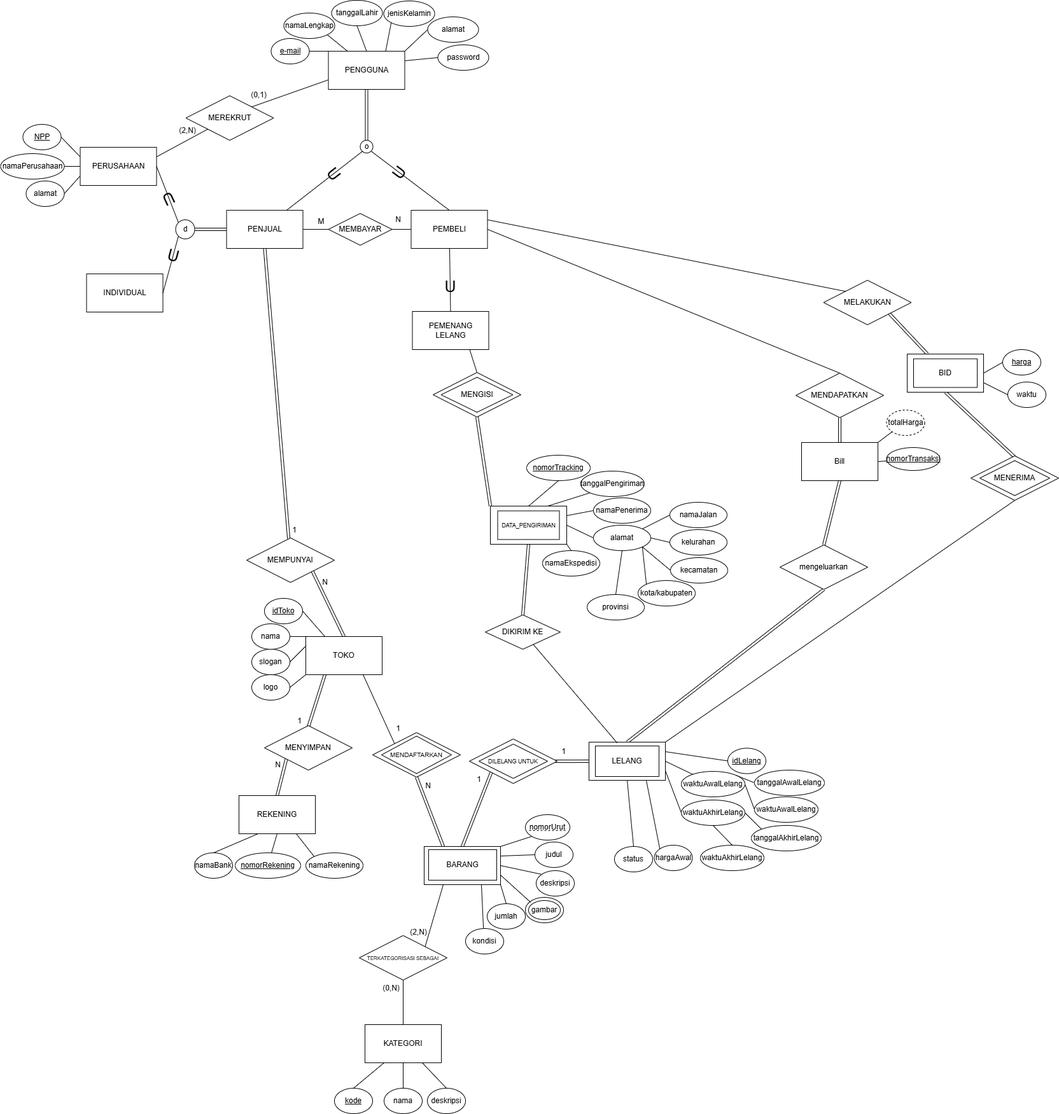
Earlier version of the draw.io export Salinan ti1_basdat.drawio-3.png (anthef/anthef). Source tidied: cells renumbered, new cells last; positions are measured from the earlier drawing's top-left corner, leaving out a move shared by most shapes.
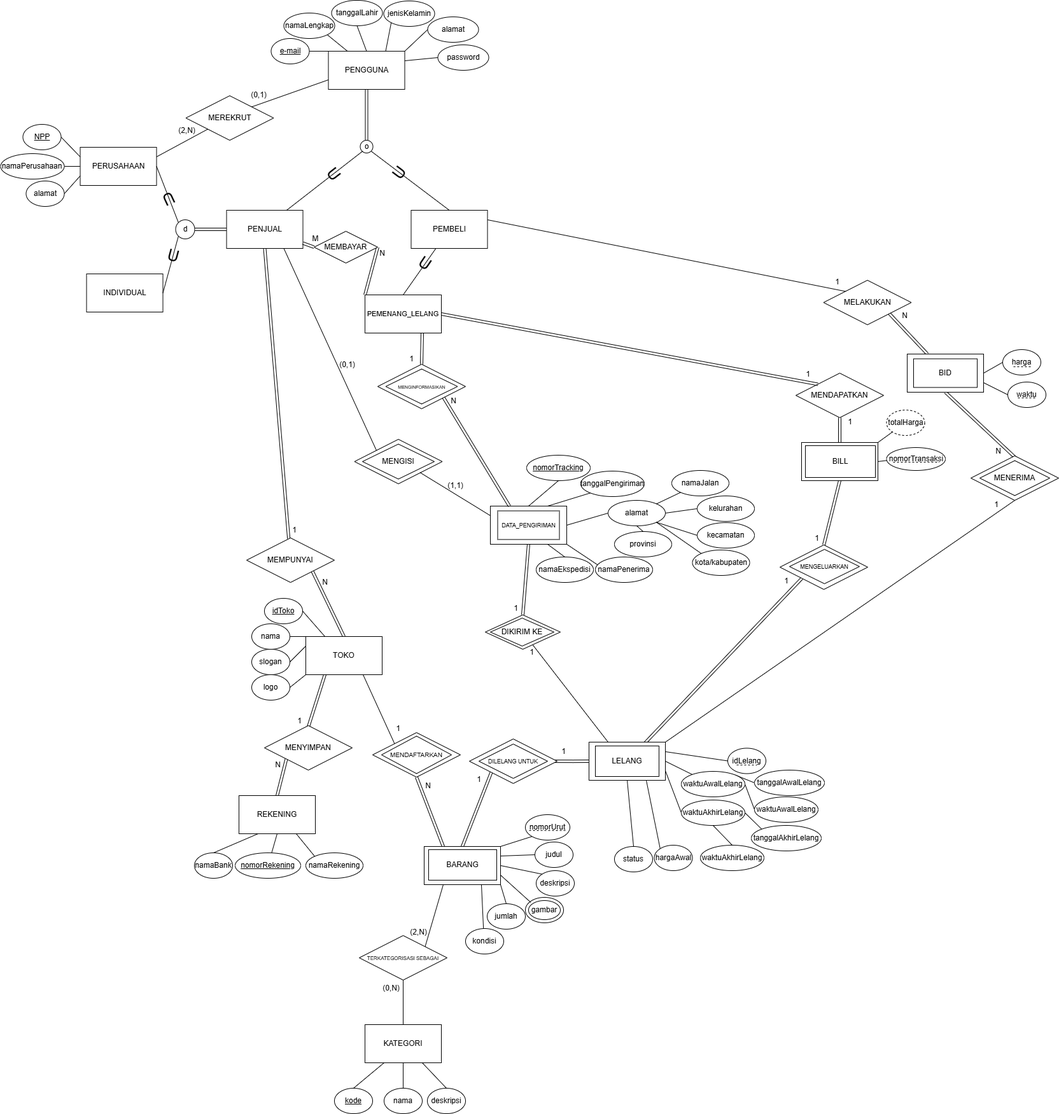
After the change.

Diff of the diagram source:
```diff
@@ -58,2 +58,5 @@
     </mxCell>
+    <mxCell id="194" style="rounded=0;jettySize=auto;html=1;exitX=0.75;exitY=1;exitDx=0;exitDy=0;entryX=0;entryY=0;entryDx=0;entryDy=0;endArrow=none;startFill=0;" parent="1" edge="1" source="20" target="197">
+      <mxGeometry relative="1" as="geometry" />
+    </mxCell>
     <mxCell id="20" value="PENJUAL" style="rounded=0;whiteSpace=wrap;html=1;" parent="1" vertex="1">
@@ -64,3 +67,3 @@
     </mxCell>
-    <mxCell id="22" style="rounded=0;jettySize=auto;html=1;exitX=0;exitY=0.5;exitDx=0;exitDy=0;entryX=1;entryY=0.5;entryDx=0;entryDy=0;endArrow=none;startFill=0;" parent="1" edge="1" source="24" target="164">
+    <mxCell id="22" style="rounded=0;jettySize=auto;html=1;entryX=1;entryY=0.5;entryDx=0;entryDy=0;endArrow=none;startFill=0;exitX=0;exitY=0;exitDx=0;exitDy=0;shape=link;" parent="1" edge="1" source="182" target="164">
       <mxGeometry relative="1" as="geometry" />
@@ -318,3 +321,3 @@
     </mxCell>
-    <mxCell id="105" value="&lt;u&gt;idLelang&lt;/u&gt;" style="ellipse;whiteSpace=wrap;html=1;" parent="1" vertex="1">
+    <mxCell id="105" value="idLelang" style="ellipse;whiteSpace=wrap;html=1;" parent="1" vertex="1">
       <mxGeometry x="1142" y="1175.5" width="60" height="40" as="geometry" />
@@ -333,3 +336,3 @@
     </mxCell>
-    <mxCell id="110" style="rounded=0;jettySize=auto;html=1;exitX=0.5;exitY=0;exitDx=0;exitDy=0;entryX=0.5;entryY=1;entryDx=0;entryDy=0;endArrow=none;startFill=0;shape=link;" parent="1" edge="1" source="111" target="158">
+    <mxCell id="110" style="rounded=0;jettySize=auto;html=1;exitX=0.731;exitY=0.027;exitDx=0;exitDy=0;entryX=0;entryY=1;entryDx=0;entryDy=0;endArrow=none;startFill=0;shape=link;exitPerimeter=0;" parent="1" edge="1" source="111" target="158">
       <mxGeometry relative="1" as="geometry" />
@@ -399,3 +402,3 @@
     </mxCell>
-    <mxCell id="132" value="&lt;u&gt;harga&lt;/u&gt;" style="ellipse;whiteSpace=wrap;html=1;" parent="1" vertex="1">
+    <mxCell id="132" value="harga" style="ellipse;whiteSpace=wrap;html=1;" parent="1" vertex="1">
       <mxGeometry x="1574" y="549" width="60" height="40" as="geometry" />
@@ -405,3 +408,3 @@
     </mxCell>
-    <mxCell id="134" style="rounded=0;jettySize=auto;html=1;exitX=1;exitY=0.25;exitDx=0;exitDy=0;entryX=0;entryY=0.5;entryDx=0;entryDy=0;endArrow=none;startFill=0;" parent="1" edge="1" source="140" target="141">
+    <mxCell id="134" style="rounded=0;jettySize=auto;html=1;entryX=0.5;entryY=1;entryDx=0;entryDy=0;endArrow=none;startFill=0;exitX=1;exitY=1;exitDx=0;exitDy=0;" parent="1" edge="1" source="140" target="141">
       <mxGeometry relative="1" as="geometry" />
@@ -414,3 +417,3 @@
     </mxCell>
-    <mxCell id="137" style="rounded=0;jettySize=auto;html=1;exitX=1;exitY=1;exitDx=0;exitDy=0;entryX=0.5;entryY=0;entryDx=0;entryDy=0;endArrow=none;startFill=0;" parent="1" edge="1" source="140" target="154">
+    <mxCell id="137" style="rounded=0;jettySize=auto;html=1;exitX=0.75;exitY=1;exitDx=0;exitDy=0;entryX=0.5;entryY=0;entryDx=0;entryDy=0;endArrow=none;startFill=0;" parent="1" edge="1" source="140" target="154">
       <mxGeometry relative="1" as="geometry" />
@@ -420,5 +423,2 @@
     </mxCell>
-    <mxCell id="139" style="rounded=0;jettySize=auto;html=1;exitX=0;exitY=0;exitDx=0;exitDy=0;entryX=0.5;entryY=1;entryDx=0;entryDy=0;shape=link;" parent="1" edge="1" source="140" target="191">
-      <mxGeometry relative="1" as="geometry" />
-    </mxCell>
     <mxCell id="140" style="rounded=0;whiteSpace=wrap;html=1;" parent="1" vertex="1">
@@ -427,5 +427,5 @@
     <mxCell id="141" value="namaPenerima" style="ellipse;whiteSpace=wrap;html=1;" parent="1" vertex="1">
-      <mxGeometry x="931" y="782" width="90" height="40" as="geometry" />
+      <mxGeometry x="934" y="875" width="90" height="40" as="geometry" />
     </mxCell>
-    <mxCell id="142" style="rounded=0;jettySize=auto;html=1;exitX=1;exitY=0;exitDx=0;exitDy=0;entryX=0;entryY=0.5;entryDx=0;entryDy=0;endArrow=none;startFill=0;" parent="1" edge="1" source="143" target="144">
+    <mxCell id="142" style="rounded=0;jettySize=auto;html=1;exitX=1;exitY=0;exitDx=0;exitDy=0;entryX=0;entryY=1;entryDx=0;entryDy=0;endArrow=none;startFill=0;" parent="1" edge="1" source="143" target="144">
       <mxGeometry relative="1" as="geometry" />
@@ -433,6 +433,6 @@
     <mxCell id="143" value="alamat" style="ellipse;whiteSpace=wrap;html=1;" parent="1" vertex="1">
-      <mxGeometry x="931" y="825" width="90" height="40" as="geometry" />
+      <mxGeometry x="954" y="786" width="90" height="40" as="geometry" />
     </mxCell>
     <mxCell id="144" value="namaJalan" style="ellipse;whiteSpace=wrap;html=1;" parent="1" vertex="1">
-      <mxGeometry x="1051" y="789" width="90" height="40" as="geometry" />
+      <mxGeometry x="1054" y="739" width="90" height="40" as="geometry" />
     </mxCell>
@@ -442,3 +442,3 @@
     <mxCell id="146" value="kelurahan" style="ellipse;whiteSpace=wrap;html=1;" parent="1" vertex="1">
-      <mxGeometry x="1051" y="832" width="90" height="40" as="geometry" />
+      <mxGeometry x="1094" y="779" width="90" height="40" as="geometry" />
     </mxCell>
@@ -448,3 +448,3 @@
     <mxCell id="148" value="kecamatan" style="ellipse;whiteSpace=wrap;html=1;" parent="1" vertex="1">
-      <mxGeometry x="1052" y="876" width="90" height="40" as="geometry" />
+      <mxGeometry x="1094" y="821" width="90" height="40" as="geometry" />
     </mxCell>
@@ -454,3 +454,3 @@
     <mxCell id="150" value="kota/kabupaten" style="ellipse;whiteSpace=wrap;html=1;" parent="1" vertex="1">
-      <mxGeometry x="1001" y="912" width="90" height="40" as="geometry" />
+      <mxGeometry x="1086.5" y="864" width="90" height="40" as="geometry" />
     </mxCell>
@@ -460,3 +460,3 @@
     <mxCell id="152" value="provinsi" style="ellipse;whiteSpace=wrap;html=1;" parent="1" vertex="1">
-      <mxGeometry x="921" y="934" width="90" height="40" as="geometry" />
+      <mxGeometry x="964" y="835" width="90" height="40" as="geometry" />
     </mxCell>
@@ -466,3 +466,3 @@
     <mxCell id="154" value="namaEkspedisi" style="ellipse;whiteSpace=wrap;html=1;" parent="1" vertex="1">
-      <mxGeometry x="851" y="865" width="90" height="40" as="geometry" />
+      <mxGeometry x="841" y="875" width="90" height="40" as="geometry" />
     </mxCell>
@@ -471,3 +471,3 @@
     </mxCell>
-    <mxCell id="156" style="rounded=0;jettySize=auto;html=1;exitX=0.75;exitY=1;exitDx=0;exitDy=0;entryX=0.5;entryY=0;entryDx=0;entryDy=0;endArrow=none;startFill=0;" parent="1" edge="1" source="182" target="191">
+    <mxCell id="156" style="rounded=0;jettySize=auto;html=1;exitX=0.75;exitY=1;exitDx=0;exitDy=0;entryX=0.5;entryY=0;entryDx=0;entryDy=0;endArrow=none;startFill=0;shape=link;" parent="1" edge="1" source="182" target="191">
       <mxGeometry relative="1" as="geometry" />
@@ -477,3 +477,3 @@
     </mxCell>
-    <mxCell id="158" value="mengeluarkan" style="rhombus;whiteSpace=wrap;html=1;" parent="1" vertex="1">
+    <mxCell id="158" style="rhombus;whiteSpace=wrap;html=1;" parent="1" vertex="1">
       <mxGeometry x="1224" y="856" width="138" height="70" as="geometry" />
@@ -492,3 +492,3 @@
     </mxCell>
-    <mxCell id="163" style="rounded=0;jettySize=auto;html=1;exitX=0;exitY=0.5;exitDx=0;exitDy=0;entryX=1;entryY=0.5;entryDx=0;entryDy=0;endArrow=none;startFill=0;" parent="1" edge="1" source="164" target="20">
+    <mxCell id="163" style="rounded=0;jettySize=auto;html=1;exitX=0;exitY=0.5;exitDx=0;exitDy=0;endArrow=none;startFill=0;shape=link;" parent="1" edge="1" source="164" target="20">
       <mxGeometry relative="1" as="geometry" />
@@ -496,9 +496,9 @@
     <mxCell id="164" value="MEMBAYAR" style="rhombus;whiteSpace=wrap;html=1;" parent="1" vertex="1">
-      <mxGeometry x="514.5" y="335" width="100" height="50" as="geometry" />
+      <mxGeometry x="492" y="363" width="100" height="50" as="geometry" />
     </mxCell>
     <mxCell id="165" value="N" style="text;html=1;align=center;verticalAlign=middle;strokeColor=none;fillColor=none;" parent="1" vertex="1">
-      <mxGeometry x="609" y="330" width="30" height="30" as="geometry" />
+      <mxGeometry x="584" y="383" width="30" height="30" as="geometry" />
     </mxCell>
     <mxCell id="166" value="M" style="text;html=1;align=center;verticalAlign=middle;strokeColor=none;fillColor=none;" parent="1" vertex="1">
-      <mxGeometry x="488" y="333" width="30" height="30" as="geometry" />
+      <mxGeometry x="479" y="360" width="30" height="30" as="geometry" />
     </mxCell>
@@ -522,4 +522,4 @@
     </mxCell>
-    <mxCell id="172" value="&lt;u&gt;nomorTransaksi&lt;/u&gt;" style="ellipse;whiteSpace=wrap;html=1;" parent="1" vertex="1">
-      <mxGeometry x="1391.5" y="703" width="84" height="36" as="geometry" />
+    <mxCell id="172" value="nomorTransaksi" style="ellipse;whiteSpace=wrap;html=1;" parent="1" vertex="1">
+      <mxGeometry x="1391.5" y="703" width="92.5" height="36" as="geometry" />
     </mxCell>
@@ -528,3 +528,3 @@
     </mxCell>
-    <mxCell id="174" style="rounded=0;jettySize=auto;html=1;exitX=1;exitY=0.5;exitDx=0;exitDy=0;endArrow=none;startFill=0;entryX=0.5;entryY=0;entryDx=0;entryDy=0;" parent="1" edge="1" source="24" target="173">
+    <mxCell id="174" style="rounded=0;jettySize=auto;html=1;exitX=1;exitY=0.5;exitDx=0;exitDy=0;endArrow=none;startFill=0;entryX=0;entryY=0;entryDx=0;entryDy=0;shape=link;" parent="1" edge="1" source="182" target="173">
       <mxGeometry relative="1" as="geometry" />
@@ -543,3 +543,3 @@
     </mxCell>
-    <mxCell id="179" style="rounded=0;jettySize=auto;html=1;entryX=0.369;entryY=0.021;entryDx=0;entryDy=0;endArrow=none;startFill=0;entryPerimeter=0;" parent="1" edge="1" source="180" target="111">
+    <mxCell id="179" style="rounded=0;jettySize=auto;html=1;entryX=0.25;entryY=0;entryDx=0;entryDy=0;endArrow=none;startFill=0;" parent="1" edge="1" source="180" target="111">
       <mxGeometry relative="1" as="geometry" />
@@ -552,4 +552,4 @@
     </mxCell>
-    <mxCell id="182" value="PEMENANG LELANG" style="rounded=0;whiteSpace=wrap;html=1;" parent="1" vertex="1">
-      <mxGeometry x="646.5" y="489" width="120" height="60" as="geometry" />
+    <mxCell id="182" value="&lt;font style=&quot;font-size: 11px;&quot;&gt;PEMENANG_LELANG&lt;/font&gt;" style="rounded=0;whiteSpace=wrap;html=1;" parent="1" vertex="1">
+      <mxGeometry x="572" y="463" width="120" height="60" as="geometry" />
     </mxCell>
@@ -577,3 +577,3 @@
     <mxCell id="190" style="group;" parent="1" vertex="1">
-      <mxGeometry x="679" y="585" width="138" height="70" as="geometry" />
+      <mxGeometry x="592" y="572" width="138" height="73" as="geometry" />
     </mxCell>
@@ -582,8 +582,97 @@
     </mxCell>
-    <mxCell id="192" value="MENGISI" style="rhombus;whiteSpace=wrap;html=1;" parent="190" vertex="1">
+    <mxCell id="192" value="&lt;font style=&quot;font-size: 7px;&quot;&gt;MENGINFORMASIKAN&lt;/font&gt;" style="rhombus;whiteSpace=wrap;html=1;" parent="190" vertex="1">
       <mxGeometry x="12.5" y="7.5" width="113" height="55" as="geometry" />
     </mxCell>
+    <mxCell id="195" value="N" style="text;html=1;align=center;verticalAlign=middle;strokeColor=none;fillColor=none;" parent="190" vertex="1">
+      <mxGeometry x="104" y="43" width="30" height="30" as="geometry" />
+    </mxCell>
-    <mxCell id="193" value="&lt;font style=&quot;font-size: 25px;&quot;&gt;U&lt;/font&gt;" style="text;html=1;align=center;verticalAlign=middle;strokeColor=none;fillColor=none;rotation=0;" parent="1" vertex="1">
-      <mxGeometry x="686" y="429" width="40" height="40" as="geometry" />
+    <mxCell id="193" value="&lt;font style=&quot;font-size: 25px;&quot;&gt;U&lt;/font&gt;" style="text;html=1;align=center;verticalAlign=middle;strokeColor=none;fillColor=none;rotation=34;" parent="1" vertex="1">
+      <mxGeometry x="646.5" y="392" width="40" height="40" as="geometry" />
     </mxCell>
+    <mxCell id="196" style="group;" parent="1" vertex="1">
+      <mxGeometry x="555.5" y="690" width="138" height="70" as="geometry" />
+    </mxCell>
+    <mxCell id="197" value="MENGISI" style="rhombus;whiteSpace=wrap;html=1;" parent="196" vertex="1">
+      <mxGeometry width="138" height="70" as="geometry" />
+    </mxCell>
+    <mxCell id="198" value="&lt;font&gt;MENGISI&lt;/font&gt;" style="rhombus;whiteSpace=wrap;html=1;" parent="196" vertex="1">
+      <mxGeometry x="12.5" y="7.5" width="113" height="55" as="geometry" />
+    </mxCell>
+    <mxCell id="199" style="rounded=0;jettySize=auto;html=1;exitX=1;exitY=1;exitDx=0;exitDy=0;entryX=0;entryY=0.25;entryDx=0;entryDy=0;endArrow=none;startFill=0;" parent="1" edge="1" source="197" target="140">
+      <mxGeometry relative="1" as="geometry" />
+    </mxCell>
+    <mxCell id="200" style="rounded=0;jettySize=auto;html=1;exitX=1;exitY=1;exitDx=0;exitDy=0;entryX=0.25;entryY=0;entryDx=0;entryDy=0;endArrow=none;startFill=0;shape=link;" parent="1" edge="1" source="191" target="140">
+      <mxGeometry relative="1" as="geometry" />
+    </mxCell>
+    <mxCell id="201" value="1" style="text;html=1;align=center;verticalAlign=middle;strokeColor=none;fillColor=none;" parent="1" vertex="1">
+      <mxGeometry x="1549" y="778" width="30" height="30" as="geometry" />
+    </mxCell>
+    <mxCell id="202" value="N" style="text;html=1;align=center;verticalAlign=middle;strokeColor=none;fillColor=none;" parent="1" vertex="1">
+      <mxGeometry x="1552" y="694" width="30" height="30" as="geometry" />
+    </mxCell>
+    <mxCell id="203" value="1" style="text;html=1;align=center;verticalAlign=middle;strokeColor=none;fillColor=none;" parent="1" vertex="1">
+      <mxGeometry x="1299" y="428" width="30" height="30" as="geometry" />
+    </mxCell>
+    <mxCell id="204" value="N" style="text;html=1;align=center;verticalAlign=middle;strokeColor=none;fillColor=none;" parent="1" vertex="1">
+      <mxGeometry x="1405" y="481" width="30" height="30" as="geometry" />
+    </mxCell>
+    <mxCell id="205" style="endArrow=none;dashed=1;html=1;rounded=0;" parent="1" edge="1">
+      <mxGeometry relative="1" as="geometry">
+        <mxPoint x="1591" y="576" as="sourcePoint" />
+        <mxPoint x="1621" y="576" as="targetPoint" />
+      </mxGeometry>
+    </mxCell>
+    <mxCell id="206" style="endArrow=none;dashed=1;html=1;rounded=0;" parent="1" edge="1">
+      <mxGeometry relative="1" as="geometry">
+        <mxPoint x="1598" y="625" as="sourcePoint" />
+        <mxPoint x="1628" y="625" as="targetPoint" />
+      </mxGeometry>
+    </mxCell>
+    <mxCell id="207" value="BILL" style="rounded=0;whiteSpace=wrap;html=1;" parent="1" vertex="1">
+      <mxGeometry x="1264" y="700" width="110" height="50" as="geometry" />
+    </mxCell>
+    <mxCell id="208" style="endArrow=none;dashed=1;html=1;rounded=0;entryX=0.892;entryY=0.639;entryDx=0;entryDy=0;entryPerimeter=0;endSize=26;" parent="1" edge="1" target="172">
+      <mxGeometry relative="1" as="geometry">
+        <mxPoint x="1402" y="726" as="sourcePoint" />
+      </mxGeometry>
+    </mxCell>
+    <mxCell id="209" value="(0,1)" style="text;html=1;align=center;verticalAlign=middle;strokeColor=none;fillColor=none;" parent="1" vertex="1">
+      <mxGeometry x="519" y="558" width="50" height="30" as="geometry" />
+    </mxCell>
+    <mxCell id="210" value="(1,1)" style="text;html=1;align=center;verticalAlign=middle;strokeColor=none;fillColor=none;" parent="1" vertex="1">
+      <mxGeometry x="689" y="748" width="50" height="30" as="geometry" />
+    </mxCell>
+    <mxCell id="211" value="1" style="text;html=1;align=center;verticalAlign=middle;strokeColor=none;fillColor=none;" parent="1" vertex="1">
+      <mxGeometry x="630" y="549" width="30" height="30" as="geometry" />
+    </mxCell>
+    <mxCell id="212" value="DIKIRIM KE" style="rhombus;whiteSpace=wrap;html=1;" parent="1" vertex="1">
+      <mxGeometry x="769" y="971" width="100" height="44" as="geometry" />
+    </mxCell>
+    <mxCell id="213" value="1" style="text;html=1;align=center;verticalAlign=middle;strokeColor=none;fillColor=none;" parent="1" vertex="1">
+      <mxGeometry x="819" y="1010" width="30" height="30" as="geometry" />
+    </mxCell>
+    <mxCell id="214" value="1" style="text;html=1;align=center;verticalAlign=middle;strokeColor=none;fillColor=none;" parent="1" vertex="1">
+      <mxGeometry x="794" y="941" width="30" height="30" as="geometry" />
+    </mxCell>
+    <mxCell id="215" value="&lt;font style=&quot;font-size: 9px;&quot;&gt;MENGELUARKAN&lt;/font&gt;" style="rhombus;whiteSpace=wrap;html=1;" parent="1" vertex="1">
+      <mxGeometry x="1239" y="863" width="110" height="54" as="geometry" />
+    </mxCell>
+    <mxCell id="216" value="1" style="text;html=1;align=center;verticalAlign=middle;strokeColor=none;fillColor=none;" parent="1" vertex="1">
+      <mxGeometry x="1219" y="898" width="30" height="30" as="geometry" />
+    </mxCell>
+    <mxCell id="217" value="1" style="text;html=1;align=center;verticalAlign=middle;strokeColor=none;fillColor=none;" parent="1" vertex="1">
+      <mxGeometry x="1267" y="831" width="30" height="30" as="geometry" />
+    </mxCell>
+    <mxCell id="218" value="1" style="text;html=1;align=center;verticalAlign=middle;strokeColor=none;fillColor=none;" parent="1" vertex="1">
+      <mxGeometry x="1253" y="573" width="30" height="30" as="geometry" />
+    </mxCell>
+    <mxCell id="219" value="1" style="text;html=1;align=center;verticalAlign=middle;strokeColor=none;fillColor=none;" parent="1" vertex="1">
+      <mxGeometry x="1319" y="648" width="30" height="30" as="geometry" />
+    </mxCell>
+    <mxCell id="220" style="endArrow=none;dashed=1;html=1;rounded=0;endSize=26;" parent="1" edge="1">
+      <mxGeometry relative="1" as="geometry">
+        <mxPoint x="1156" y="1201.9" as="sourcePoint" />
+        <mxPoint x="1188" y="1202" as="targetPoint" />
+      </mxGeometry>
+    </mxCell>
   </root>
```
